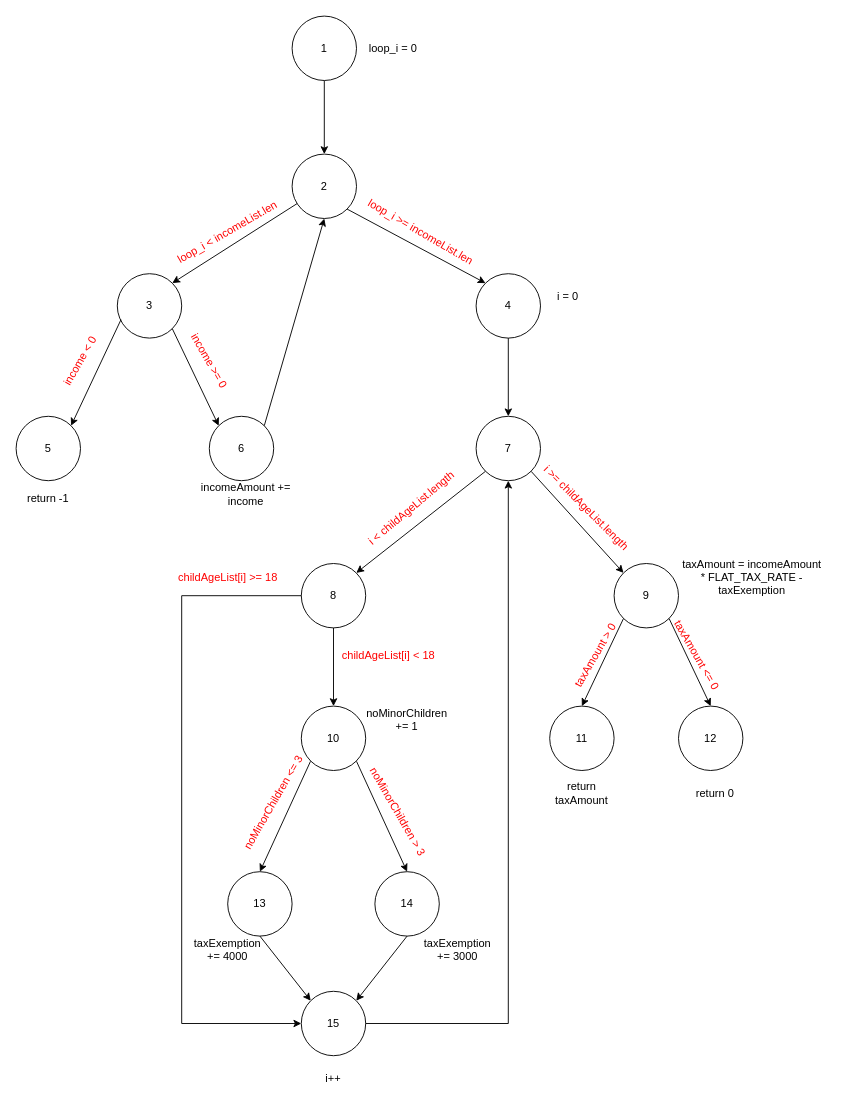
Before: cfg-asg1.drawio in sakib7/ml-project-versioning, a draw.io diagram. Source tidied: cells renumbered, new cells numbered last; positions are measured from the earlier drawing's top-left corner, leaving out a move shared by most shapes. Both pictures are drawn from the tidied source at 92%, with x=0, y=0 at pixel (16, 16).
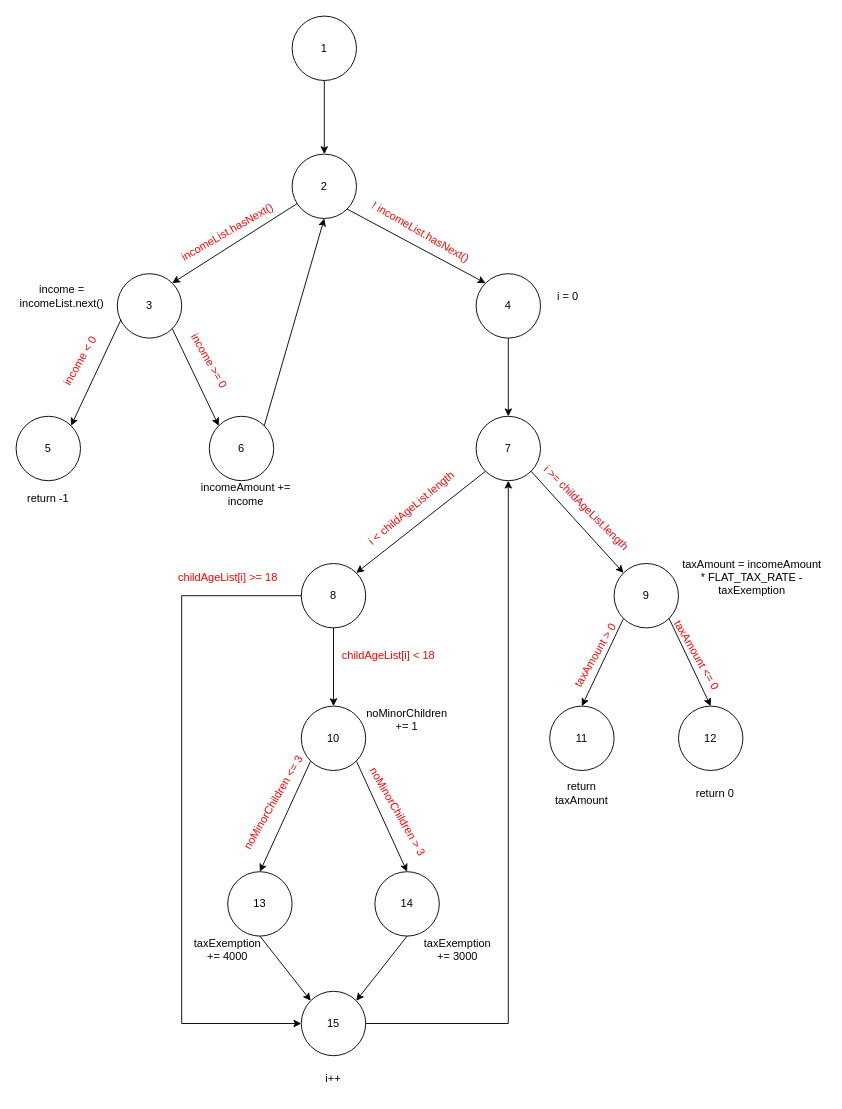
The same page after the edit.

Diff of the diagram source:
```diff
@@
-    <mxCell id="31" value="loop_i = 0" style="text;html=1;strokeColor=none;fillColor=none;align=center;verticalAlign=middle;whiteSpace=wrap;rounded=0;" parent="1" vertex="1">
-      <mxGeometry x="380" y="20" width="60" height="30" as="geometry" />
-    </mxCell>
-    <mxCell id="32" value="loop_i &amp;lt;&amp;nbsp;incomeList.len" style="text;html=1;strokeColor=none;fillColor=none;align=center;verticalAlign=middle;whiteSpace=wrap;rounded=0;rotation=-30;fontColor=#FF0000;" parent="1" vertex="1">
+    <mxCell id="32" value="incomeList.hasNext()" style="text;html=1;strokeColor=none;fillColor=none;align=center;verticalAlign=middle;whiteSpace=wrap;rounded=0;rotation=-30;fontColor=#FF0000;" parent="1" vertex="1">
       <mxGeometry x="160" y="220" width="140" height="30" as="geometry" />
     </mxCell>
-    <mxCell id="33" value="loop_i &amp;gt;= incomeList.len" style="text;html=1;strokeColor=none;fillColor=none;align=center;verticalAlign=middle;whiteSpace=wrap;rounded=0;rotation=30;fontColor=#FF0000;" parent="1" vertex="1">
+    <mxCell id="33" value="! incomeList.hasNext()" style="text;html=1;strokeColor=none;fillColor=none;align=center;verticalAlign=middle;whiteSpace=wrap;rounded=0;rotation=30;fontColor=#FF0000;" parent="1" vertex="1">
       <mxGeometry x="370" y="220" width="140" height="30" as="geometry" />
     </mxCell>
@@
+    <mxCell id="58" value="income = incomeList.next()" style="text;html=1;strokeColor=none;fillColor=none;align=center;verticalAlign=middle;whiteSpace=wrap;rounded=0;" parent="1" vertex="1">
+      <mxGeometry x="20" y="290" width="60" height="30" as="geometry" />
+    </mxCell>
```
